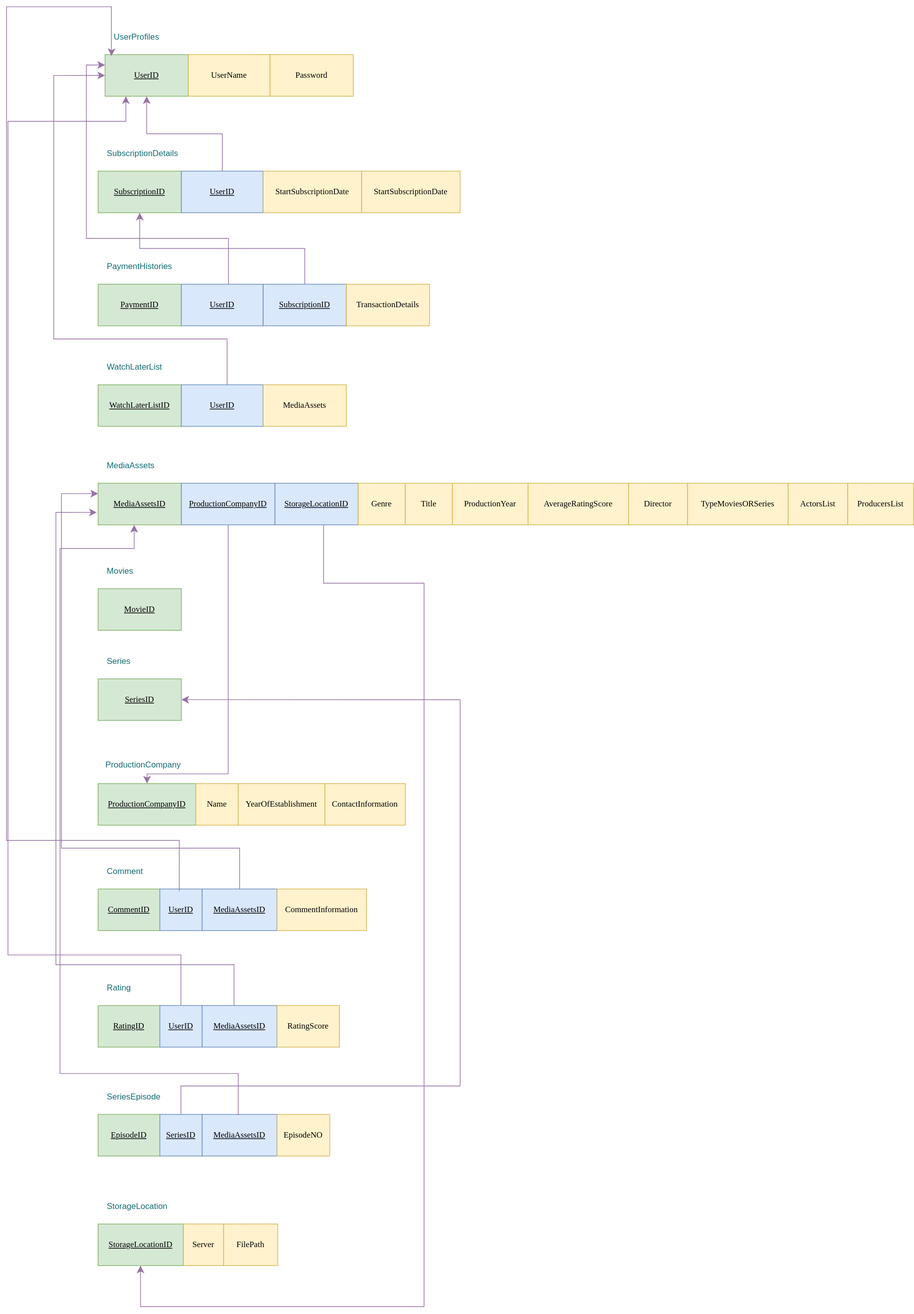
This is img/mappingTable.svg from Grmamobin/DataBaseProject, a draw.io export, as it was before one commit. Source tidied: cells renumbered, new cells last; positions are measured from the earlier drawing's top-left corner, leaving out a move shared by most shapes.
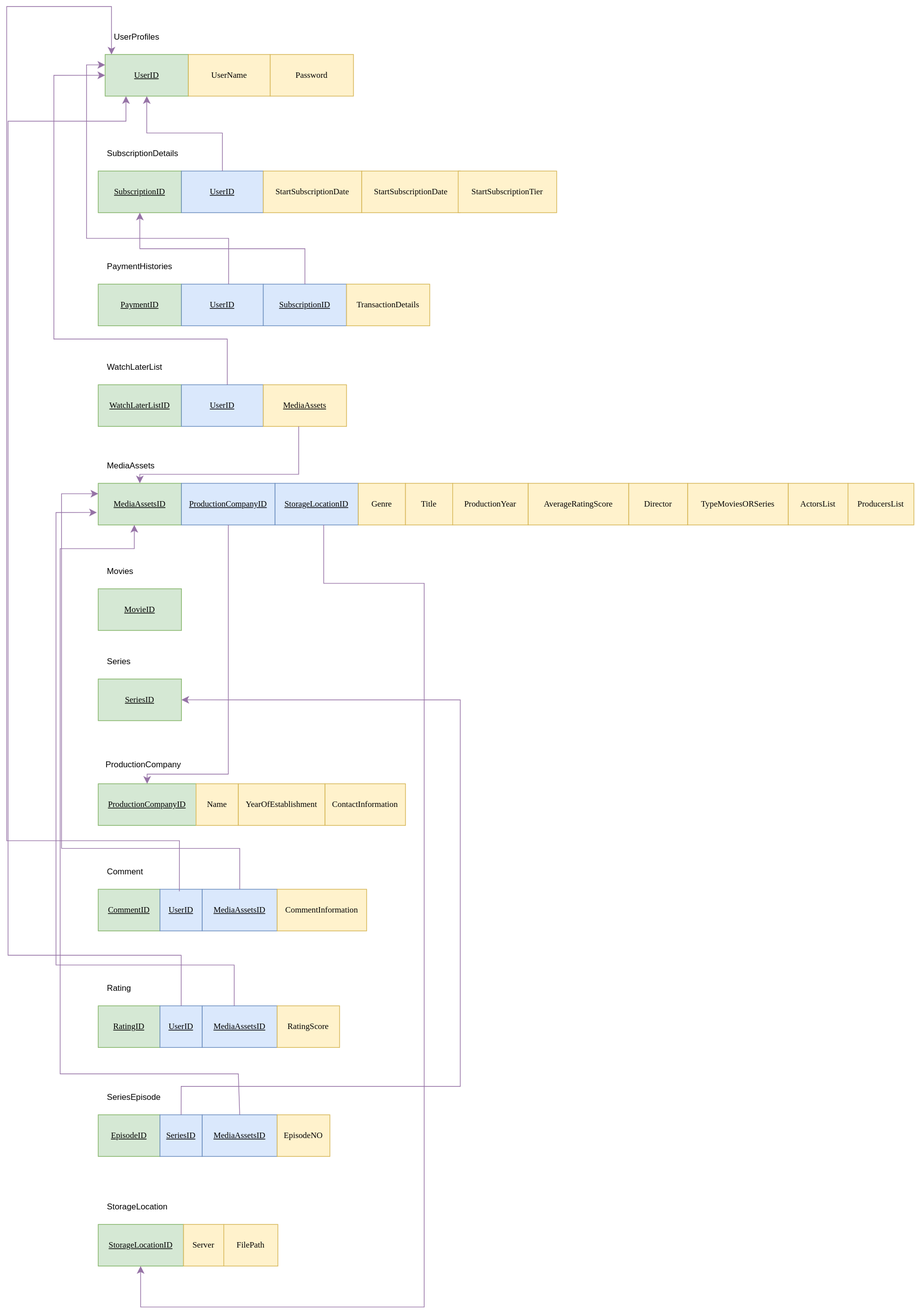
The same diagram one commit later.

The edit, as a diff of the source:
```diff
@@ -14,7 +14,7 @@
     <mxCell id="5" value="Password" style="rounded=0;whiteSpace=wrap;html=1;hachureGap=4;fontFamily=Architects Daughter;fontSource=https%3A%2F%2Ffonts.googleapis.com%2Fcss%3Ffamily%3DArchitects%2BDaughter;fillColor=#fff2cc;strokeColor=#d6b656;" parent="1" vertex="1">
       <mxGeometry x="380" y="69" width="120" height="60" as="geometry" />
     </mxCell>
-    <mxCell id="6" value="UserProfiles" style="text;whiteSpace=wrap;fontColor=#146b71;" parent="1" vertex="1">
+    <mxCell id="6" value="UserProfiles" style="text;whiteSpace=wrap;" parent="1" vertex="1">
       <mxGeometry x="153" y="30" width="93" height="36" as="geometry" />
     </mxCell>
     <mxCell id="7" value="&lt;u&gt;SubscriptionID&lt;/u&gt;" style="rounded=0;whiteSpace=wrap;html=1;hachureGap=4;fontFamily=Architects Daughter;fontSource=https%3A%2F%2Ffonts.googleapis.com%2Fcss%3Ffamily%3DArchitects%2BDaughter;fillColor=#d5e8d4;strokeColor=#82b366;" parent="1" vertex="1">
@@ -29,7 +29,7 @@
     <mxCell id="10" value="StartSubscriptionDate" style="rounded=0;whiteSpace=wrap;html=1;hachureGap=4;fontFamily=Architects Daughter;fontSource=https%3A%2F%2Ffonts.googleapis.com%2Fcss%3Ffamily%3DArchitects%2BDaughter;fillColor=#fff2cc;strokeColor=#d6b656;" parent="1" vertex="1">
       <mxGeometry x="370" y="237" width="142" height="60" as="geometry" />
     </mxCell>
-    <mxCell id="11" value="SubscriptionDetails" style="text;whiteSpace=wrap;fontColor=#146b71;" parent="1" vertex="1">
+    <mxCell id="11" value="SubscriptionDetails" style="text;whiteSpace=wrap;" parent="1" vertex="1">
       <mxGeometry x="143" y="198" width="93" height="36" as="geometry" />
     </mxCell>
     <mxCell id="12" value="StartSubscriptionDate" style="rounded=0;whiteSpace=wrap;html=1;hachureGap=4;fontFamily=Architects Daughter;fontSource=https%3A%2F%2Ffonts.googleapis.com%2Fcss%3Ffamily%3DArchitects%2BDaughter;fillColor=#fff2cc;strokeColor=#d6b656;" parent="1" vertex="1">
@@ -47,7 +47,7 @@
     <mxCell id="16" value="SubscriptionID" style="rounded=0;whiteSpace=wrap;html=1;hachureGap=4;fontFamily=Architects Daughter;fontSource=https%3A%2F%2Ffonts.googleapis.com%2Fcss%3Ffamily%3DArchitects%2BDaughter;fillColor=#dae8fc;strokeColor=#6c8ebf;fontStyle=4;" parent="1" vertex="1">
       <mxGeometry x="370" y="400" width="120" height="60" as="geometry" />
     </mxCell>
-    <mxCell id="17" value="PaymentHistories" style="text;whiteSpace=wrap;fontColor=#146b71;" parent="1" vertex="1">
+    <mxCell id="17" value="PaymentHistories" style="text;whiteSpace=wrap;" parent="1" vertex="1">
       <mxGeometry x="143" y="361" width="93" height="36" as="geometry" />
     </mxCell>
     <mxCell id="18" value="TransactionDetails" style="rounded=0;whiteSpace=wrap;html=1;hachureGap=4;fontFamily=Architects Daughter;fontSource=https%3A%2F%2Ffonts.googleapis.com%2Fcss%3Ffamily%3DArchitects%2BDaughter;fillColor=#fff2cc;strokeColor=#d6b656;" parent="1" vertex="1">
@@ -62,10 +62,10 @@
     <mxCell id="21" value="UserID" style="rounded=0;whiteSpace=wrap;html=1;hachureGap=4;fontFamily=Architects Daughter;fontSource=https%3A%2F%2Ffonts.googleapis.com%2Fcss%3Ffamily%3DArchitects%2BDaughter;fillColor=#dae8fc;strokeColor=#6c8ebf;fontStyle=4;" parent="1" vertex="1">
       <mxGeometry x="252" y="545" width="118" height="60" as="geometry" />
     </mxCell>
-    <mxCell id="22" value="MediaAssets" style="rounded=0;whiteSpace=wrap;html=1;hachureGap=4;fontFamily=Architects Daughter;fontSource=https%3A%2F%2Ffonts.googleapis.com%2Fcss%3Ffamily%3DArchitects%2BDaughter;fillColor=#fff2cc;strokeColor=#d6b656;" parent="1" vertex="1">
+    <mxCell id="22" value="&lt;u&gt;MediaAssets&lt;/u&gt;" style="rounded=0;whiteSpace=wrap;html=1;hachureGap=4;fontFamily=Architects Daughter;fontSource=https%3A%2F%2Ffonts.googleapis.com%2Fcss%3Ffamily%3DArchitects%2BDaughter;fillColor=#fff2cc;strokeColor=#d6b656;" parent="1" vertex="1">
       <mxGeometry x="370" y="545" width="120" height="60" as="geometry" />
     </mxCell>
-    <mxCell id="23" value="WatchLaterList" style="text;whiteSpace=wrap;fontColor=#146b71;" parent="1" vertex="1">
+    <mxCell id="23" value="WatchLaterList" style="text;whiteSpace=wrap;" parent="1" vertex="1">
       <mxGeometry x="143" y="506" width="93" height="36" as="geometry" />
     </mxCell>
     <mxCell id="24" value="MediaAssetsID" style="rounded=0;whiteSpace=wrap;html=1;hachureGap=4;fontFamily=Architects Daughter;fontSource=https%3A%2F%2Ffonts.googleapis.com%2Fcss%3Ffamily%3DArchitects%2BDaughter;fillColor=#d5e8d4;strokeColor=#82b366;fontStyle=4;" parent="1" vertex="1">
@@ -80,7 +80,7 @@
     <mxCell id="27" value="StorageLocationID" style="rounded=0;whiteSpace=wrap;html=1;hachureGap=4;fontFamily=Architects Daughter;fontSource=https%3A%2F%2Ffonts.googleapis.com%2Fcss%3Ffamily%3DArchitects%2BDaughter;fillColor=#dae8fc;strokeColor=#6c8ebf;fontStyle=4;" parent="1" vertex="1">
       <mxGeometry x="387" y="687" width="120" height="60" as="geometry" />
     </mxCell>
-    <mxCell id="28" value="MediaAssets" style="text;whiteSpace=wrap;fontColor=#146b71;" parent="1" vertex="1">
+    <mxCell id="28" value="MediaAssets" style="text;whiteSpace=wrap;" parent="1" vertex="1">
       <mxGeometry x="143" y="648" width="93" height="36" as="geometry" />
     </mxCell>
     <mxCell id="29" value="Genre" style="rounded=0;whiteSpace=wrap;html=1;hachureGap=4;fontFamily=Architects Daughter;fontSource=https%3A%2F%2Ffonts.googleapis.com%2Fcss%3Ffamily%3DArchitects%2BDaughter;fillColor=#fff2cc;strokeColor=#d6b656;" parent="1" vertex="1">
@@ -115,7 +115,7 @@
         <mxPoint x="252" y="869" as="sourcePoint" />
       </mxGeometry>
     </mxCell>
-    <mxCell id="39" value="Movies" style="text;whiteSpace=wrap;fontColor=#146b71;" parent="1" vertex="1">
+    <mxCell id="39" value="Movies" style="text;whiteSpace=wrap;" parent="1" vertex="1">
       <mxGeometry x="143" y="800" width="93" height="36" as="geometry" />
     </mxCell>
     <mxCell id="40" value="SeriesID" style="rounded=0;whiteSpace=wrap;html=1;hachureGap=4;fontFamily=Architects Daughter;fontSource=https%3A%2F%2Ffonts.googleapis.com%2Fcss%3Ffamily%3DArchitects%2BDaughter;fillColor=#d5e8d4;strokeColor=#82b366;fontStyle=4;" parent="1" vertex="1">
@@ -126,7 +126,7 @@
         <mxPoint x="252" y="999" as="sourcePoint" />
       </mxGeometry>
     </mxCell>
-    <mxCell id="42" value="Series" style="text;whiteSpace=wrap;fontColor=#146b71;" parent="1" vertex="1">
+    <mxCell id="42" value="Series" style="text;whiteSpace=wrap;" parent="1" vertex="1">
       <mxGeometry x="143" y="930" width="93" height="36" as="geometry" />
     </mxCell>
     <mxCell id="43" value="ProductionCompanyID" style="rounded=0;whiteSpace=wrap;html=1;hachureGap=4;fontFamily=Architects Daughter;fontSource=https%3A%2F%2Ffonts.googleapis.com%2Fcss%3Ffamily%3DArchitects%2BDaughter;fillColor=#d5e8d4;strokeColor=#82b366;fontStyle=4;" parent="1" vertex="1">
@@ -141,7 +141,7 @@
     <mxCell id="46" value="YearOfEstablishment" style="rounded=0;whiteSpace=wrap;html=1;hachureGap=4;fontFamily=Architects Daughter;fontSource=https%3A%2F%2Ffonts.googleapis.com%2Fcss%3Ffamily%3DArchitects%2BDaughter;fillColor=#fff2cc;strokeColor=#d6b656;" parent="1" vertex="1">
       <mxGeometry x="334" y="1120" width="125" height="60" as="geometry" />
     </mxCell>
-    <mxCell id="47" value="ProductionCompany" style="text;whiteSpace=wrap;fontColor=#146b71;" parent="1" vertex="1">
+    <mxCell id="47" value="ProductionCompany" style="text;whiteSpace=wrap;" parent="1" vertex="1">
       <mxGeometry x="141" y="1079" width="124" height="36" as="geometry" />
     </mxCell>
     <mxCell id="48" value="ContactInformation" style="rounded=0;whiteSpace=wrap;html=1;hachureGap=4;fontFamily=Architects Daughter;fontSource=https%3A%2F%2Ffonts.googleapis.com%2Fcss%3Ffamily%3DArchitects%2BDaughter;fillColor=#fff2cc;strokeColor=#d6b656;" parent="1" vertex="1">
@@ -156,7 +156,7 @@
     <mxCell id="51" value="MediaAssetsID" style="rounded=0;whiteSpace=wrap;html=1;hachureGap=4;fontFamily=Architects Daughter;fontSource=https%3A%2F%2Ffonts.googleapis.com%2Fcss%3Ffamily%3DArchitects%2BDaughter;fillColor=#dae8fc;strokeColor=#6c8ebf;fontStyle=4;" parent="1" vertex="1">
       <mxGeometry x="282" y="1272" width="108" height="60" as="geometry" />
     </mxCell>
-    <mxCell id="52" value="Comment" style="text;whiteSpace=wrap;fontColor=#146b71;" parent="1" vertex="1">
+    <mxCell id="52" value="Comment" style="text;whiteSpace=wrap;" parent="1" vertex="1">
       <mxGeometry x="143" y="1233" width="124" height="36" as="geometry" />
     </mxCell>
     <mxCell id="53" value="CommentInformation" style="rounded=0;whiteSpace=wrap;html=1;hachureGap=4;fontFamily=Architects Daughter;fontSource=https%3A%2F%2Ffonts.googleapis.com%2Fcss%3Ffamily%3DArchitects%2BDaughter;fillColor=#fff2cc;strokeColor=#d6b656;" parent="1" vertex="1">
@@ -174,7 +174,7 @@
     <mxCell id="57" value="MediaAssetsID" style="rounded=0;whiteSpace=wrap;html=1;hachureGap=4;fontFamily=Architects Daughter;fontSource=https%3A%2F%2Ffonts.googleapis.com%2Fcss%3Ffamily%3DArchitects%2BDaughter;fillColor=#dae8fc;strokeColor=#6c8ebf;fontStyle=4;" parent="1" vertex="1">
       <mxGeometry x="282" y="1440" width="108" height="60" as="geometry" />
     </mxCell>
-    <mxCell id="58" value="Rating" style="text;whiteSpace=wrap;fontColor=#146b71;" parent="1" vertex="1">
+    <mxCell id="58" value="Rating" style="text;whiteSpace=wrap;" parent="1" vertex="1">
       <mxGeometry x="143" y="1401" width="124" height="36" as="geometry" />
     </mxCell>
     <mxCell id="59" value="RatingScore" style="rounded=0;whiteSpace=wrap;html=1;hachureGap=4;fontFamily=Architects Daughter;fontSource=https%3A%2F%2Ffonts.googleapis.com%2Fcss%3Ffamily%3DArchitects%2BDaughter;fillColor=#fff2cc;strokeColor=#d6b656;" parent="1" vertex="1">
@@ -192,7 +192,7 @@
     <mxCell id="63" value="MediaAssetsID" style="rounded=0;whiteSpace=wrap;html=1;hachureGap=4;fontFamily=Architects Daughter;fontSource=https%3A%2F%2Ffonts.googleapis.com%2Fcss%3Ffamily%3DArchitects%2BDaughter;fillColor=#dae8fc;strokeColor=#6c8ebf;fontStyle=4;" parent="1" vertex="1">
       <mxGeometry x="282" y="1597" width="108" height="60" as="geometry" />
     </mxCell>
-    <mxCell id="64" value="SeriesEpisode" style="text;whiteSpace=wrap;fontColor=#146b71;" parent="1" vertex="1">
+    <mxCell id="64" value="SeriesEpisode" style="text;whiteSpace=wrap;" parent="1" vertex="1">
       <mxGeometry x="143" y="1558" width="124" height="36" as="geometry" />
     </mxCell>
     <mxCell id="65" value="EpisodeNO" style="rounded=0;whiteSpace=wrap;html=1;hachureGap=4;fontFamily=Architects Daughter;fontSource=https%3A%2F%2Ffonts.googleapis.com%2Fcss%3Ffamily%3DArchitects%2BDaughter;fillColor=#fff2cc;strokeColor=#d6b656;" parent="1" vertex="1">
@@ -210,7 +210,7 @@
     <mxCell id="69" value="FilePath" style="rounded=0;whiteSpace=wrap;html=1;hachureGap=4;fontFamily=Architects Daughter;fontSource=https%3A%2F%2Ffonts.googleapis.com%2Fcss%3Ffamily%3DArchitects%2BDaughter;fillColor=#fff2cc;strokeColor=#d6b656;" parent="1" vertex="1">
       <mxGeometry x="313" y="1755" width="78" height="60" as="geometry" />
     </mxCell>
-    <mxCell id="70" value="StorageLocation" style="text;whiteSpace=wrap;fontColor=#146b71;" parent="1" vertex="1">
+    <mxCell id="70" value="StorageLocation" style="text;whiteSpace=wrap;" parent="1" vertex="1">
       <mxGeometry x="143" y="1716" width="124" height="36" as="geometry" />
     </mxCell>
     <mxCell id="71" style="edgeStyle=none;curved=1;rounded=0;orthogonalLoop=1;jettySize=auto;html=1;exitX=0.5;exitY=0;exitDx=0;exitDy=0;fontSize=12;startSize=8;endSize=8;" parent="1" edge="1">
@@ -326,5 +326,16 @@
         </Array>
       </mxGeometry>
     </mxCell>
+    <mxCell id="85" value="StartSubscriptionTier" style="rounded=0;whiteSpace=wrap;html=1;hachureGap=4;fontFamily=Architects Daughter;fontSource=https%3A%2F%2Ffonts.googleapis.com%2Fcss%3Ffamily%3DArchitects%2BDaughter;fillColor=#fff2cc;strokeColor=#d6b656;" parent="1" vertex="1">
+      <mxGeometry x="651" y="237" width="142" height="60" as="geometry" />
+    </mxCell>
+    <mxCell id="86" style="edgeStyle=elbowEdgeStyle;elbow=vertical;endArrow=classic;html=1;curved=0;rounded=0;endSize=8;startSize=8;fontSize=12;exitX=0.5;exitY=1;exitDx=0;exitDy=0;fillColor=#e1d5e7;strokeColor=#9673a6;" parent="1" edge="1" target="24">
+      <mxGeometry relative="1" as="geometry">
+        <mxPoint x="421" y="605" as="sourcePoint" />
+        <Array as="points">
+          <mxPoint x="315" y="674" />
+        </Array>
+      </mxGeometry>
+    </mxCell>
   </root>
 </mxGraphModel>
```
